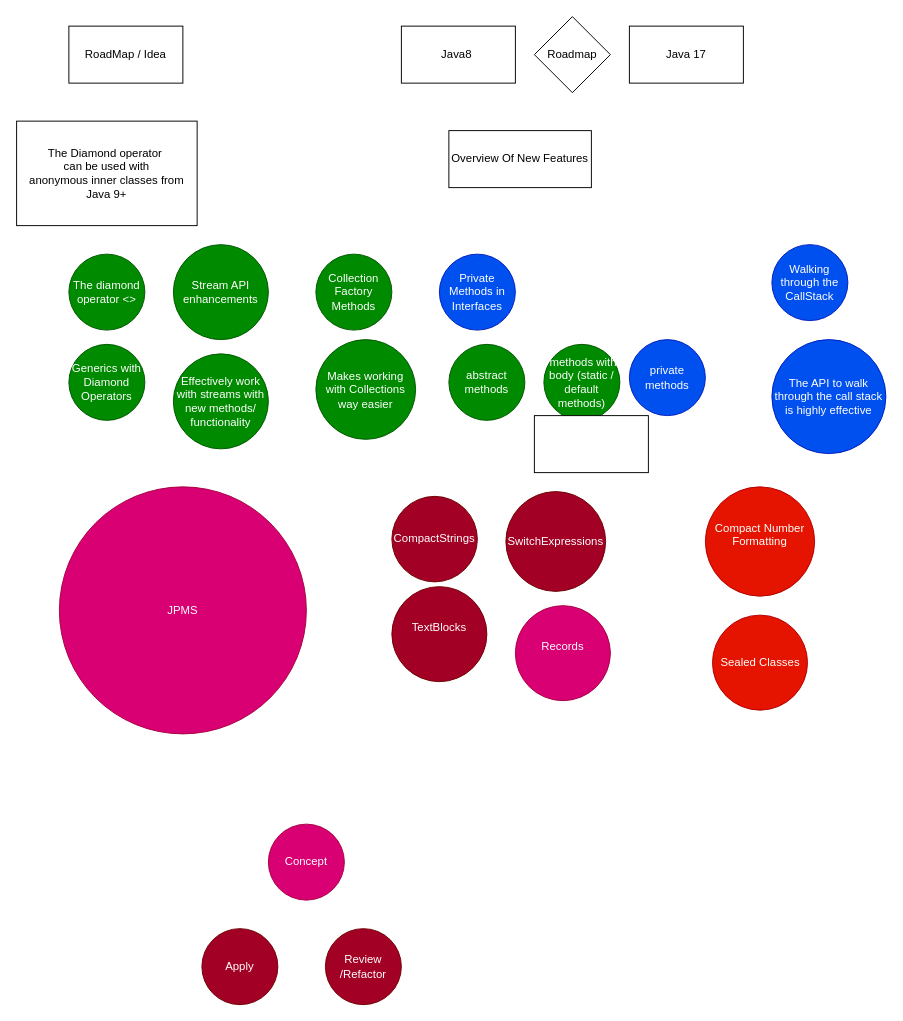
This is page "Top New Features That I can Explore" (1 of 7) of Diagrams/New Features Java.drawio from THRGLO02MAY2025GIT-HUB/THRGLO02MAY2025GIT-REPO, a draw.io file, before an edit. Source tidied: cells renumbered, new cells numbered last; positions are measured from the earlier drawing's top-left corner, leaving out a move shared by most shapes. Both pictures are drawn from the tidied source at 95%, with x=0, y=0 at pixel (16, 16).
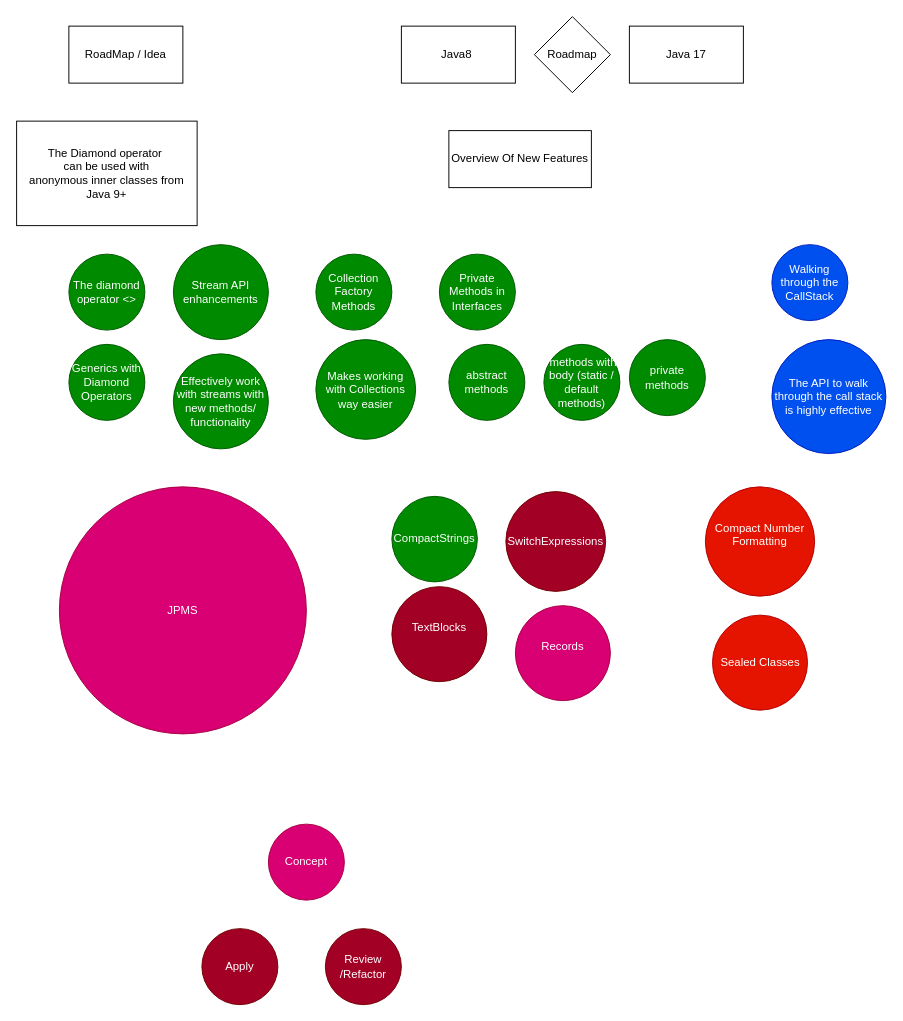
Above is the later version.

The edit, as a diff of the source:
```diff
@@
-    <mxCell id="9" value="Private Methods in Interfaces" style="ellipse;whiteSpace=wrap;html=1;fillColor=#0050ef;fontColor=#ffffff;strokeColor=#001DBC;" parent="1" vertex="1">
+    <mxCell id="9" value="Private Methods in Interfaces" style="ellipse;whiteSpace=wrap;html=1;fillColor=#008a00;fontColor=#ffffff;strokeColor=#005700;" parent="1" vertex="1">
       <mxGeometry x="445" y="250" width="80" height="80" as="geometry" />
     </mxCell>
@@
-    <mxCell id="11" value="CompactStrings" style="ellipse;whiteSpace=wrap;html=1;fillColor=#a20025;fontColor=#ffffff;strokeColor=#6F0000;" parent="1" vertex="1">
+    <mxCell id="11" value="CompactStrings" style="ellipse;whiteSpace=wrap;html=1;fillColor=#008a00;fontColor=#ffffff;strokeColor=#005700;" parent="1" vertex="1">
       <mxGeometry x="395" y="505" width="90" height="90" as="geometry" />
     </mxCell>
@@
-    <mxCell id="23" value="private methods" style="ellipse;whiteSpace=wrap;html=1;fillColor=#0050ef;fontColor=#ffffff;strokeColor=#001DBC;" parent="1" vertex="1">
+    <mxCell id="23" value="private methods" style="ellipse;whiteSpace=wrap;html=1;fillColor=#008a00;strokeColor=#005700;fontColor=#ffffff;" parent="1" vertex="1">
       <mxGeometry x="645" y="340" width="80" height="80" as="geometry" />
     </mxCell>
@@
-    <mxCell id="30" style="whiteSpace=wrap;html=1;" parent="1" vertex="1">
-      <mxGeometry x="545" y="420" width="120" height="60" as="geometry" />
-    </mxCell>
```
